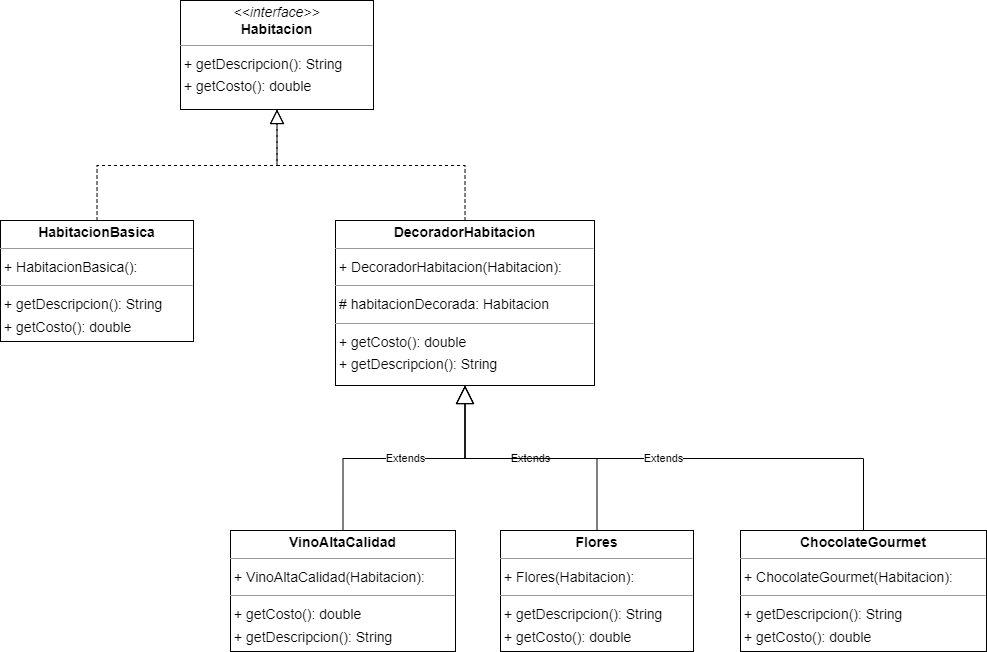
The draw.io diagram src/solucion5/solucion5.drawio.png in pipe1408/ArquiSoftware-Patrones, before a commit. Source tidied: cells renumbered, new cells last; positions are measured from the earlier drawing's top-left corner, leaving out a move shared by most shapes.
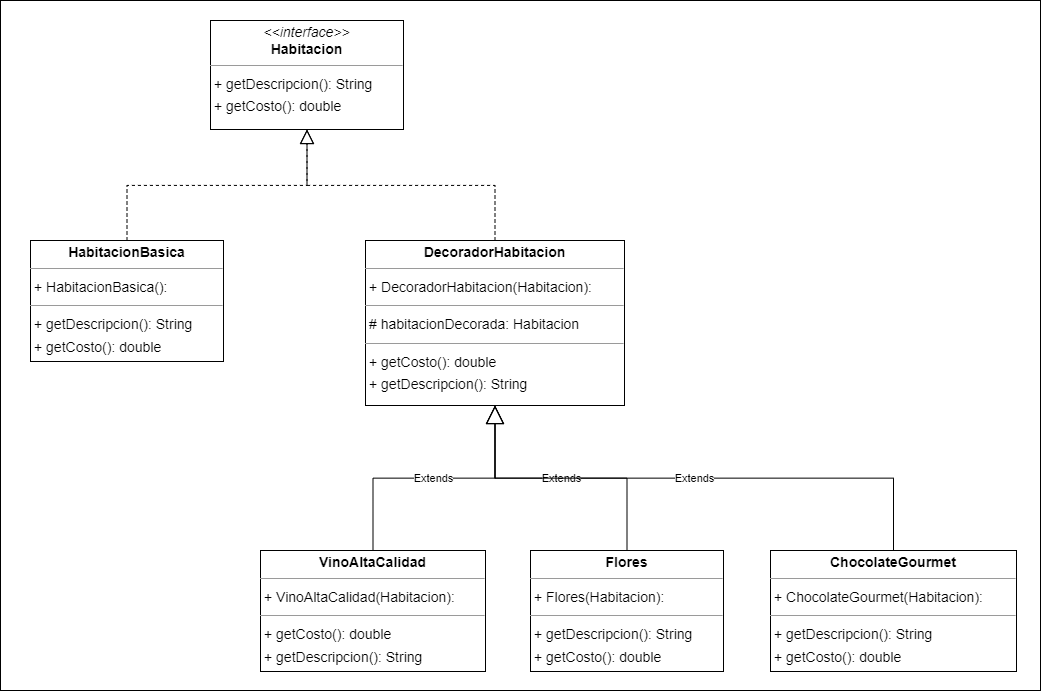
Later version of the same file.

Change to the diagram source:
```diff
@@ -2,6 +2,9 @@
   <root>
     <mxCell id="0" />
     <mxCell id="1" parent="0" />
+    <mxCell id="13" style="rounded=0;whiteSpace=wrap;html=1;" parent="1" vertex="1">
+      <mxGeometry x="-30" y="-20" width="1040" height="690" as="geometry" />
+    </mxCell>
     <mxCell id="2" value="&lt;p style=&quot;margin:0px;margin-top:4px;text-align:center;&quot;&gt;&lt;b&gt;ChocolateGourmet&lt;/b&gt;&lt;/p&gt;&lt;hr size=&quot;1&quot;/&gt;&lt;p style=&quot;margin:0 0 0 4px;line-height:1.6;&quot;&gt;+ ChocolateGourmet(Habitacion): &lt;/p&gt;&lt;hr size=&quot;1&quot;/&gt;&lt;p style=&quot;margin:0 0 0 4px;line-height:1.6;&quot;&gt;+ getDescripcion(): String&lt;br/&gt;+ getCosto(): double&lt;/p&gt;" style="verticalAlign=top;align=left;overflow=fill;fontSize=14;fontFamily=Helvetica;html=1;rounded=0;shadow=0;comic=0;labelBackgroundColor=none;strokeWidth=1;" parent="1" vertex="1">
       <mxGeometry x="740" y="530" width="246" height="121" as="geometry" />
     </mxCell>
```
